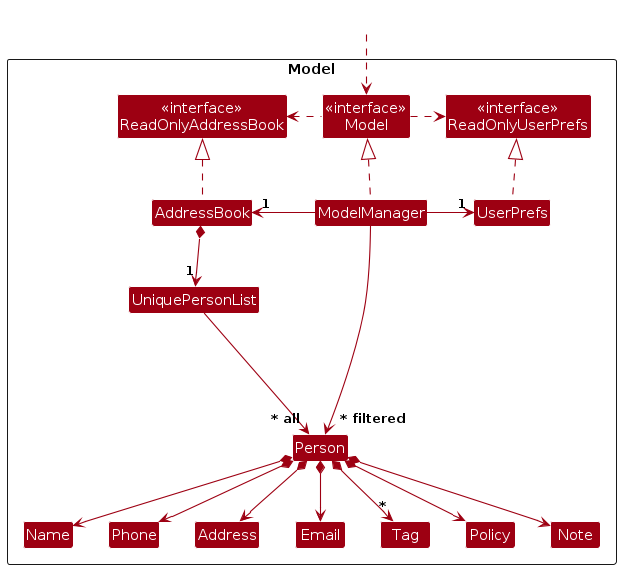
The PlantUML diagram diagrams/ModelClassDiagram.png in AY2425S2-CS2103-F08-2/tp, before a commit. Its source is kept beside it as diagrams/ModelClassDiagram.puml.
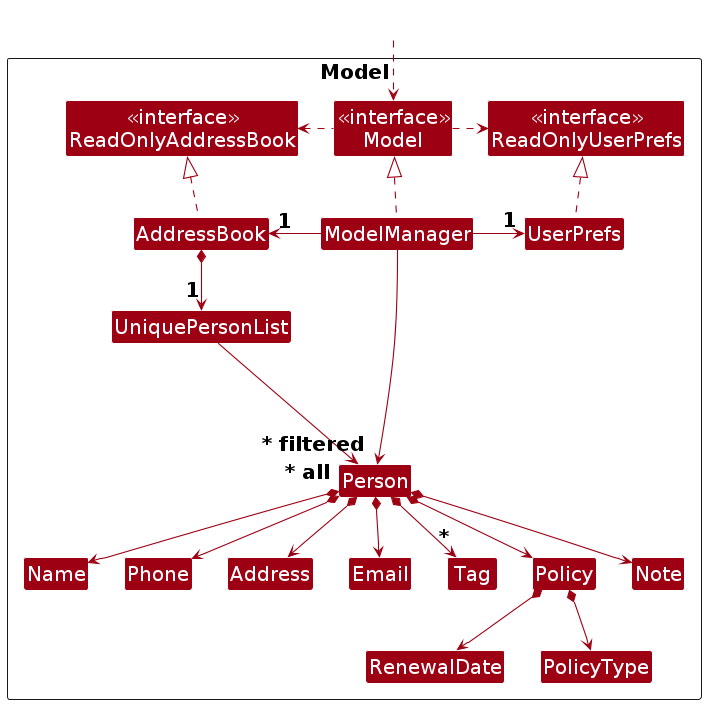
Above is the later version.

The edit, as a diff of the source:
```diff
@@ -1,5 +1,6 @@
 @startuml
 !include style.puml
+skinparam defaultFontSize 20
 skinparam arrowThickness 1.1
 skinparam arrowColor MODEL_COLOR
 skinparam classBackgroundColor MODEL_COLOR
@@ -21,6 +22,8 @@
 Class Tag
 Class Policy
 Class Note
+Class RenewalDate
+Class PolicyType
 
 Class I #FFFFFF
 }
@@ -47,6 +50,9 @@
 Person *--> Policy
 Person *--> Note
 
+Policy *--> RenewalDate
+Policy *--> PolicyType
+
 Person -[hidden]up--> I
 UniquePersonList -[hidden]right-> I
 
```
